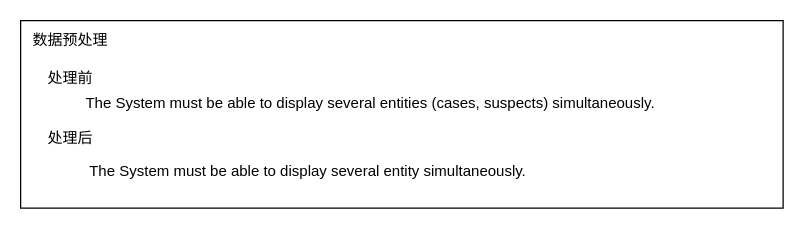
Above: 句子还原.drawio in chenxuansoeasy/pfvue (draw.io), before the change. Source tidied: cells renumbered, new cells numbered last; positions are measured from the earlier drawing's top-left corner, leaving out a move shared by most shapes. Both pictures are drawn from the tidied source at 125%, with x=0, y=0 at pixel (20, 20).
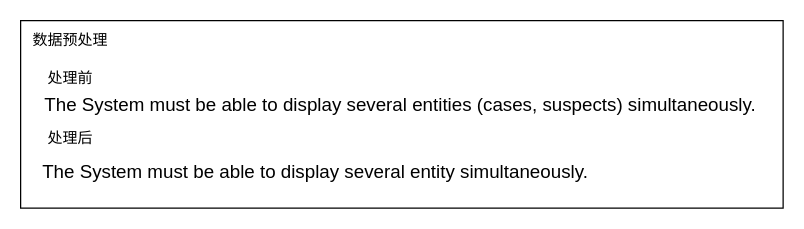
Above is the later version.

Commit message:
更新句子还原.drawio

Diff of the diagram source:
```diff
@@
 <mxGraphModel>
   <root>
     <mxCell id="0" />
     <mxCell id="1" parent="0" />
     <mxCell id="2" style="rounded=0;" parent="1" vertex="1">
       <mxGeometry width="610" height="150" as="geometry" />
     </mxCell>
     <mxCell id="3" value="数据预处理" style="text;align=center;verticalAlign=middle;strokeColor=none;fillColor=none;" parent="1" vertex="1">
       <mxGeometry width="80" height="30" as="geometry" />
     </mxCell>
     <mxCell id="4" value="处理前" style="text;align=center;verticalAlign=middle;strokeColor=none;fillColor=none;" parent="1" vertex="1">
       <mxGeometry x="10" y="30" width="60" height="30" as="geometry" />
     </mxCell>
     <mxCell id="5" value="处理后" style="text;align=center;verticalAlign=middle;strokeColor=none;fillColor=none;" parent="1" vertex="1">
       <mxGeometry x="10" y="78" width="60" height="30" as="geometry" />
     </mxCell>
-    <mxCell id="6" value="The System must be able to display several entity simultaneously." style="text;align=center;verticalAlign=middle;strokeColor=none;fillColor=none;" parent="1" vertex="1">
-      <mxGeometry x="45" y="105" width="370" height="30" as="geometry" />
+    <mxCell id="6" value="The System must be able to display several entity simultaneously." style="text;align=center;verticalAlign=middle;strokeColor=none;fillColor=none;fontSize=15;" parent="1" vertex="1">
+      <mxGeometry x="6" y="105" width="460" height="30" as="geometry" />
     </mxCell>
-    <mxCell id="7" value="The System must be able to display several entities (cases, suspects) simultaneously." style="text;align=center;verticalAlign=middle;strokeColor=none;fillColor=none;" parent="1" vertex="1">
-      <mxGeometry x="40" y="50" width="480" height="30" as="geometry" />
+    <mxCell id="7" value="The System must be able to display several entities (cases, suspects) simultaneously." style="text;align=center;verticalAlign=middle;strokeColor=none;fillColor=none;fontSize=15;" parent="1" vertex="1">
+      <mxGeometry x="9" y="51" width="590" height="30" as="geometry" />
     </mxCell>
   </root>
 </mxGraphModel>
```
